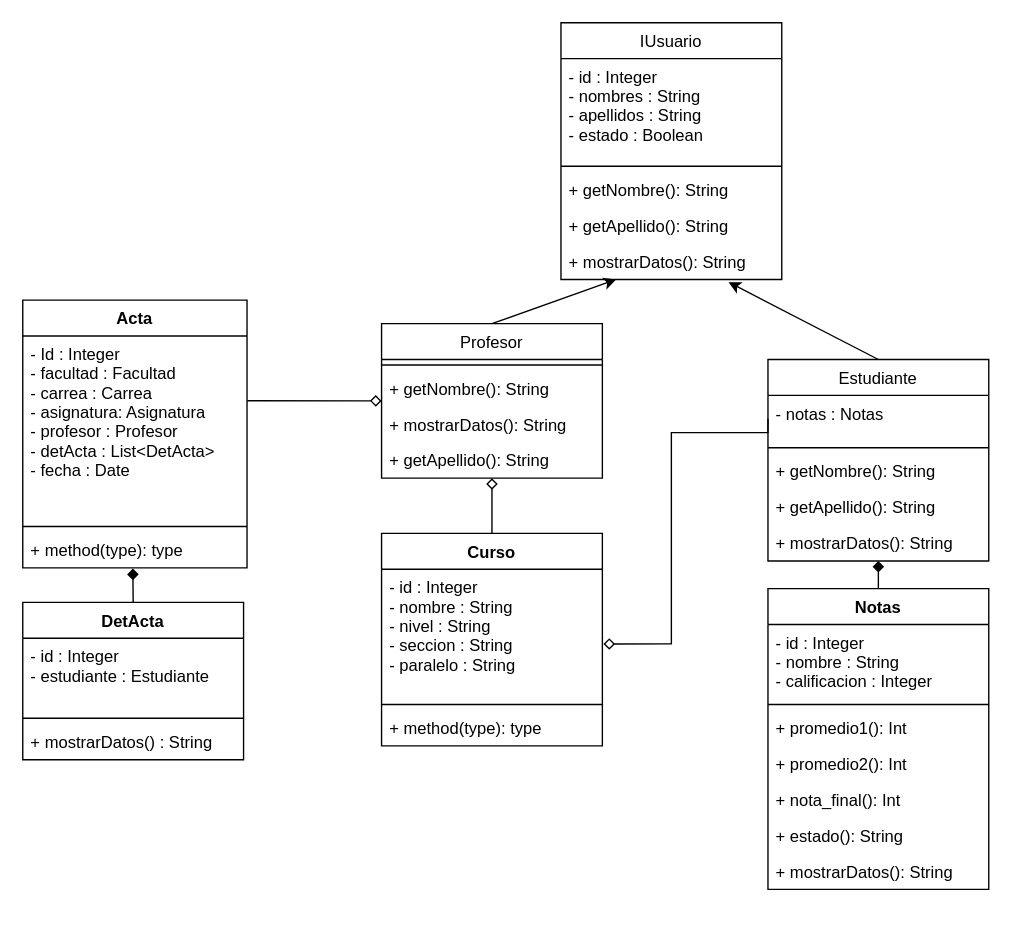
Before: Taller 1/diseño/diagrama.drawio in aterana3/Python-4to-semestre, a draw.io diagram. Source tidied: cells renumbered, new cells numbered last; positions are measured from the earlier drawing's top-left corner, leaving out a move shared by most shapes. Both pictures are drawn from the tidied source at 138%, with x=0, y=0 at pixel (22, 22).
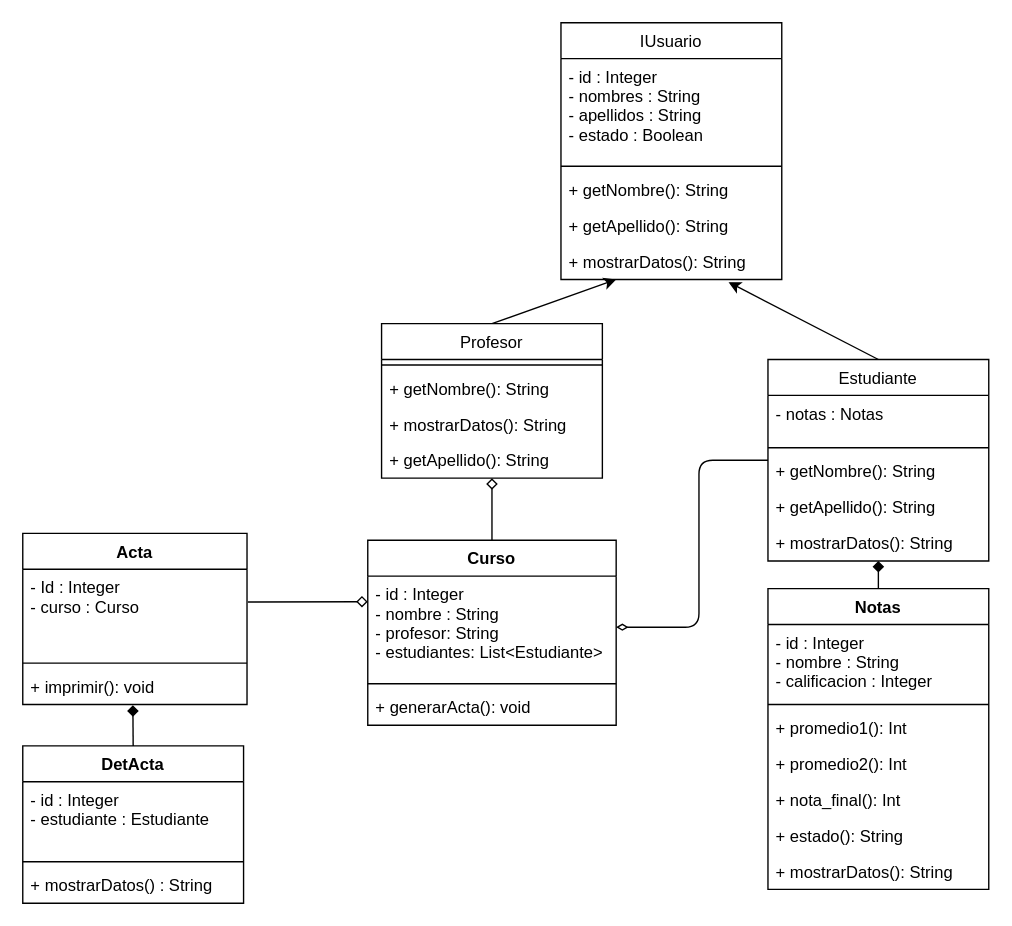
The same diagram, later.

Commit message (it also covers changes not shown here):
Actualizar Diagrama

Unchanged cells that the change refers to:
```xml
<mxCell id="10" value="Profesor" style="swimlane;fontStyle=0;align=center;verticalAlign=top;horizontal=1;startSize=26;" parent="1" vertex="1">
  <mxGeometry x="260" y="218" width="160" height="112" as="geometry" />
</mxCell>
<mxCell id="16" value="Estudiante" style="swimlane;fontStyle=0;align=center;verticalAlign=top;horizontal=1;startSize=26;" parent="1" vertex="1">
  <mxGeometry x="540" y="244" width="160" height="146" as="geometry" />
</mxCell>
<mxCell id="17" value="- notas : Notas" style="text;strokeColor=none;fillColor=none;align=left;verticalAlign=top;spacingLeft=4;spacingRight=4;overflow=hidden;points=[[0,0.5],[1,0.5]];portConstraint=eastwest;" parent="16" vertex="1">
  <mxGeometry y="26" width="160" height="34" as="geometry" />
</mxCell>
```

The edit, as a diff of the source:
```diff
@@
-    <mxCell id="8" style="edgeStyle=none;html=1;exitX=0;exitY=0.5;exitDx=0;exitDy=0;entryX=1.001;entryY=0.35;entryDx=0;entryDy=0;startArrow=diamond;startFill=0;endArrow=none;endFill=0;entryPerimeter=0;" parent="1" edge="1" source="10" target="37">
+    <mxCell id="8" style="edgeStyle=none;html=1;entryX=1.004;entryY=0.371;entryDx=0;entryDy=0;startArrow=diamond;startFill=0;endArrow=none;endFill=0;entryPerimeter=0;exitX=0;exitY=0.25;exitDx=0;exitDy=0;exitPerimeter=0;" parent="1" edge="1" source="41" target="37">
       <mxGeometry relative="1" as="geometry" />
     </mxCell>
@@
+    <mxCell id="46" style="edgeStyle=none;html=1;exitX=0;exitY=0.5;exitDx=0;exitDy=0;entryX=1;entryY=0.5;entryDx=0;entryDy=0;endArrow=diamondThin;endFill=0;" parent="1" edge="1" source="16" target="41">
+      <mxGeometry relative="1" as="geometry">
+        <Array as="points">
+          <mxPoint x="490" y="317" />
+          <mxPoint x="490" y="438" />
+        </Array>
+      </mxGeometry>
+    </mxCell>
@@
     <mxCell id="32" value="DetActa" style="swimlane;fontStyle=1;align=center;verticalAlign=top;horizontal=1;startSize=26;" parent="1" vertex="1">
-      <mxGeometry y="420" width="160" height="114" as="geometry" />
+      <mxGeometry y="524" width="160" height="114" as="geometry" />
     </mxCell>
@@
     <mxCell id="36" value="Acta" style="swimlane;fontStyle=1;align=center;verticalAlign=top;horizontal=1;startSize=26;" parent="1" vertex="1">
-      <mxGeometry y="201" width="162.5" height="194" as="geometry" />
+      <mxGeometry y="370" width="162.5" height="124" as="geometry" />
     </mxCell>
-    <mxCell id="37" value="- Id : Integer&#10;- facultad : Facultad&#10;- carrea : Carrea&#10;- asignatura: Asignatura&#10;- profesor : Profesor&#10;- detActa : List&lt;DetActa&gt;&#10;- fecha : Date" style="text;strokeColor=none;fillColor=none;align=left;verticalAlign=top;spacingLeft=4;spacingRight=4;overflow=hidden;points=[[0,0.5],[1,0.5]];portConstraint=eastwest;" parent="36" vertex="1">
-      <mxGeometry y="26" width="162.5" height="134" as="geometry" />
+    <mxCell id="37" value="- Id : Integer&#10;- curso : Curso" style="text;strokeColor=none;fillColor=none;align=left;verticalAlign=top;spacingLeft=4;spacingRight=4;overflow=hidden;points=[[0,0.5],[1,0.5]];portConstraint=eastwest;" parent="36" vertex="1">
+      <mxGeometry y="26" width="162.5" height="64" as="geometry" />
     </mxCell>
     <mxCell id="38" style="line;strokeWidth=1;fillColor=none;align=left;verticalAlign=middle;spacingTop=-1;spacingLeft=3;spacingRight=3;labelPosition=right;strokeColor=inherit;" parent="36" vertex="1">
-      <mxGeometry y="160" width="162.5" height="8" as="geometry" />
+      <mxGeometry y="90" width="162.5" height="8" as="geometry" />
     </mxCell>
-    <mxCell id="39" value="+ method(type): type" style="text;strokeColor=none;fillColor=none;align=left;verticalAlign=top;spacingLeft=4;spacingRight=4;overflow=hidden;points=[[0,0.5],[1,0.5]];portConstraint=eastwest;" parent="36" vertex="1">
-      <mxGeometry y="168" width="162.5" height="26" as="geometry" />
+    <mxCell id="39" value="+ imprimir(): void" style="text;strokeColor=none;fillColor=none;align=left;verticalAlign=top;spacingLeft=4;spacingRight=4;overflow=hidden;points=[[0,0.5],[1,0.5]];portConstraint=eastwest;" parent="36" vertex="1">
+      <mxGeometry y="98" width="162.5" height="26" as="geometry" />
     </mxCell>
     <mxCell id="40" value="Curso" style="swimlane;fontStyle=1;align=center;verticalAlign=top;horizontal=1;startSize=26;" parent="1" vertex="1">
-      <mxGeometry x="260" y="370" width="160" height="154" as="geometry" />
+      <mxGeometry x="250" y="375" width="180" height="134" as="geometry" />
     </mxCell>
-    <mxCell id="41" value="- id : Integer&#10;- nombre : String&#10;- nivel : String&#10;- seccion : String&#10;- paralelo : String" style="text;strokeColor=none;fillColor=none;align=left;verticalAlign=top;spacingLeft=4;spacingRight=4;overflow=hidden;points=[[0,0.5],[1,0.5]];portConstraint=eastwest;" parent="40" vertex="1">
-      <mxGeometry y="26" width="160" height="94" as="geometry" />
+    <mxCell id="41" value="- id : Integer&#10;- nombre : String&#10;- profesor: String&#10;- estudiantes: List&lt;Estudiante&gt;" style="text;strokeColor=none;fillColor=none;align=left;verticalAlign=top;spacingLeft=4;spacingRight=4;overflow=hidden;points=[[0,0.5],[1,0.5]];portConstraint=eastwest;" parent="40" vertex="1">
+      <mxGeometry y="26" width="180" height="74" as="geometry" />
     </mxCell>
     <mxCell id="42" style="line;strokeWidth=1;fillColor=none;align=left;verticalAlign=middle;spacingTop=-1;spacingLeft=3;spacingRight=3;labelPosition=right;strokeColor=inherit;" parent="40" vertex="1">
-      <mxGeometry y="120" width="160" height="8" as="geometry" />
+      <mxGeometry y="100" width="180" height="8" as="geometry" />
     </mxCell>
-    <mxCell id="43" value="+ method(type): type" style="text;strokeColor=none;fillColor=none;align=left;verticalAlign=top;spacingLeft=4;spacingRight=4;overflow=hidden;" parent="40" vertex="1">
-      <mxGeometry y="128" width="160" height="26" as="geometry" />
+    <mxCell id="43" value="+ generarActa(): void" style="text;strokeColor=none;fillColor=none;align=left;verticalAlign=top;spacingLeft=4;spacingRight=4;overflow=hidden;" parent="40" vertex="1">
+      <mxGeometry y="108" width="180" height="26" as="geometry" />
     </mxCell>
@@
-    <mxCell id="45" style="edgeStyle=orthogonalEdgeStyle;rounded=0;jettySize=auto;html=1;exitX=0;exitY=0.5;exitDx=0;exitDy=0;startArrow=none;startFill=0;endArrow=diamond;endFill=0;entryX=1.005;entryY=0.576;entryDx=0;entryDy=0;entryPerimeter=0;" parent="1" edge="1" source="17" target="41">
-      <mxGeometry relative="1" as="geometry">
-        <Array as="points">
-          <mxPoint x="540" y="297" />
-          <mxPoint x="470" y="297" />
-          <mxPoint x="470" y="450" />
-        </Array>
-      </mxGeometry>
-    </mxCell>
```
